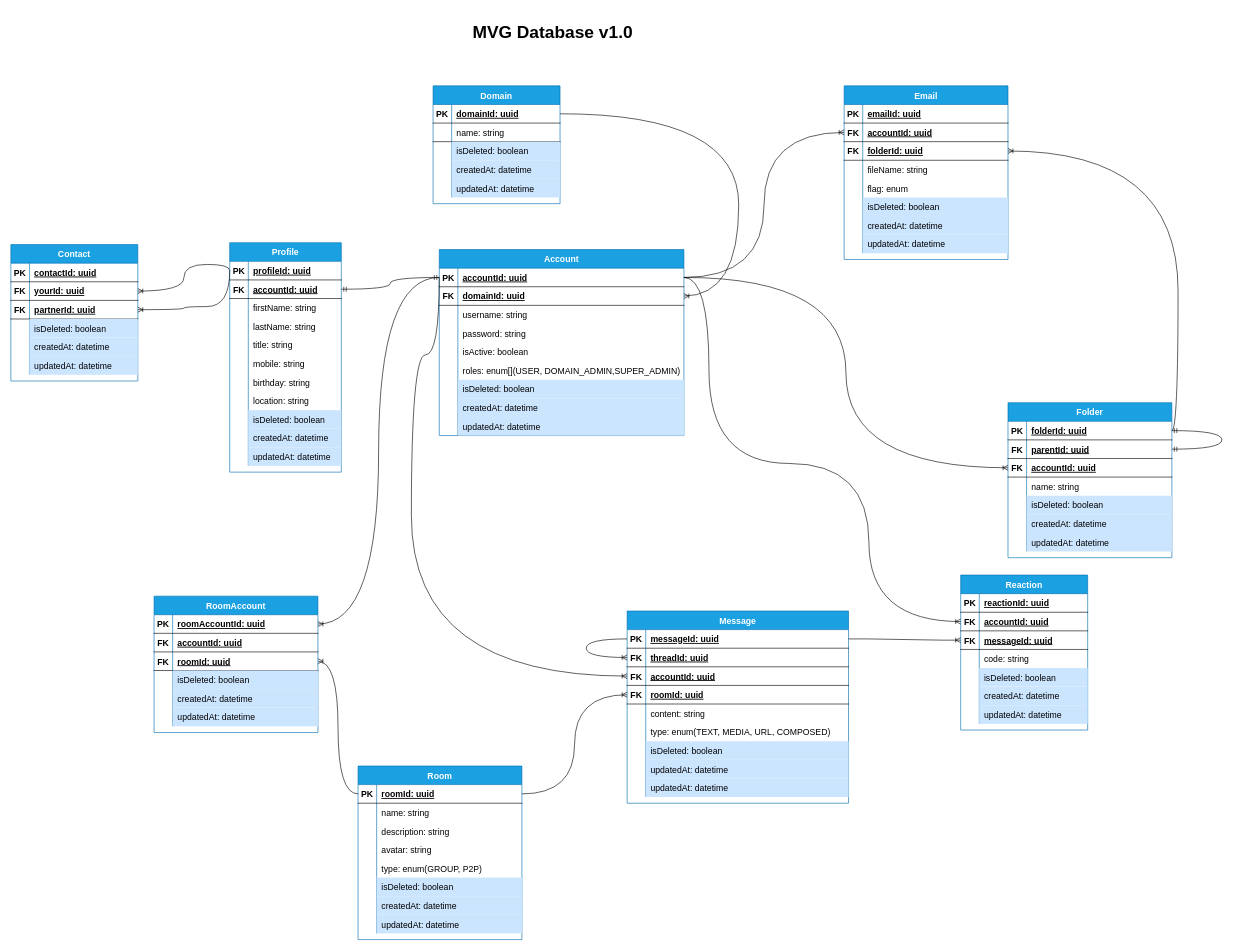
The draw.io diagram document/mvg_database.drawio in chautruonglong/mvg-sky, before the edit. Source tidied: cells renumbered, new cells numbered last; positions are measured from the earlier drawing's top-left corner, leaving out a move shared by most shapes. Both pictures are drawn from the tidied source at 62%, with x=0, y=0 at pixel (11, 17).
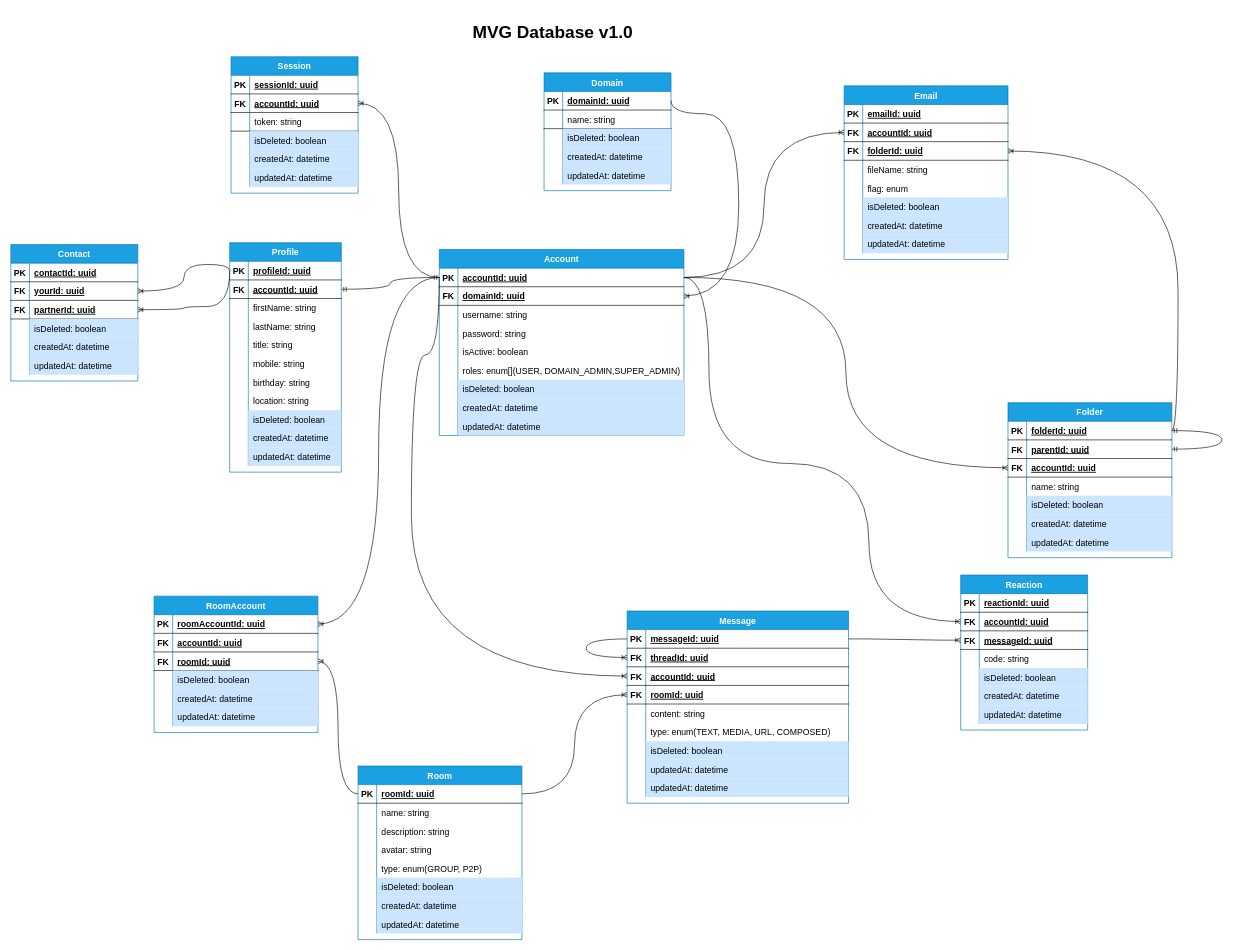
The same page after the edit.

Unchanged cells that the change refers to:
```xml
<mxCell id="3" style="shape=partialRectangle;fillColor=none;top=0;left=0;bottom=1;right=0;points=[[0,0.5],[1,0.5]];portConstraint=eastwest;fontSize=14;" parent="2" vertex="1">
  <mxGeometry y="30" width="394.6" height="30" as="geometry" />
</mxCell>
```

Diff of the diagram source:
```diff
@@
     <mxCell id="239" value="Domain" style="shape=table;startSize=30;childLayout=tableLayout;rowLines=0;fontStyle=1;align=center;fontSize=14;fillColor=#1ba1e2;strokeColor=#006EAF;fontColor=#ffffff;" parent="1" vertex="1">
-      <mxGeometry x="681" y="111" width="204.8" height="190" as="geometry" />
+      <mxGeometry x="860" y="90" width="204.8" height="190" as="geometry" />
     </mxCell>
@@
+    <mxCell id="256" value="Session" style="shape=table;startSize=30;childLayout=tableLayout;rowLines=0;fontStyle=1;align=center;fontSize=14;fillColor=#1ba1e2;strokeColor=#006EAF;fontColor=#ffffff;" parent="1" vertex="1">
+      <mxGeometry x="355.2" y="64" width="204.8" height="220" as="geometry" />
+    </mxCell>
+    <mxCell id="257" style="shape=partialRectangle;fillColor=none;top=0;left=0;bottom=1;right=0;fontSize=14;" parent="256" vertex="1">
+      <mxGeometry y="30" width="204.8" height="30" as="geometry" />
+    </mxCell>
+    <mxCell id="258" value="PK" style="shape=partialRectangle;fillColor=none;top=0;left=0;bottom=0;right=0;fontStyle=1;overflow=hidden;fontSize=14;" parent="257" vertex="1">
+      <mxGeometry width="30" height="30" as="geometry" />
+    </mxCell>
+    <mxCell id="259" value="sessionId: uuid" style="shape=partialRectangle;fillColor=none;top=0;left=0;bottom=0;right=0;align=left;spacingLeft=6;fontStyle=5;overflow=hidden;fontSize=14;" parent="257" vertex="1">
+      <mxGeometry x="30" width="174.8" height="30" as="geometry" />
+    </mxCell>
+    <mxCell id="260" style="shape=partialRectangle;fillColor=none;top=0;left=0;bottom=1;right=0;points=[[0,0.5],[1,0.5]];portConstraint=eastwest;fontSize=14;" parent="256" vertex="1">
+      <mxGeometry y="60" width="204.8" height="30" as="geometry" />
+    </mxCell>
+    <mxCell id="261" value="FK" style="shape=partialRectangle;fillColor=none;top=0;left=0;bottom=0;right=0;fontStyle=1;overflow=hidden;fontSize=14;" parent="260" vertex="1">
+      <mxGeometry width="30" height="30" as="geometry" />
+    </mxCell>
+    <mxCell id="262" value="accountId: uuid" style="shape=partialRectangle;fillColor=none;top=0;left=0;bottom=0;right=0;align=left;spacingLeft=6;fontStyle=5;overflow=hidden;fontSize=14;" parent="260" vertex="1">
+      <mxGeometry x="30" width="174.8" height="30" as="geometry" />
+    </mxCell>
+    <mxCell id="263" style="shape=partialRectangle;fillColor=none;top=0;left=0;bottom=1;right=0;fontSize=14;" parent="256" vertex="1">
+      <mxGeometry y="90" width="204.8" height="30" as="geometry" />
+    </mxCell>
+    <mxCell id="264" style="shape=partialRectangle;fillColor=none;top=0;left=0;bottom=0;right=0;fontStyle=1;overflow=hidden;fontSize=14;" parent="263" vertex="1">
+      <mxGeometry width="30" height="30" as="geometry" />
+    </mxCell>
+    <mxCell id="265" value="token: string" style="shape=partialRectangle;fillColor=none;top=0;left=0;bottom=0;right=0;align=left;spacingLeft=6;fontStyle=0;overflow=hidden;fontSize=14;" parent="263" vertex="1">
+      <mxGeometry x="30" width="174.8" height="30" as="geometry" />
+    </mxCell>
+    <mxCell id="266" style="shape=partialRectangle;fillColor=none;top=0;left=0;bottom=0;right=0;fontSize=14;" parent="256" vertex="1">
+      <mxGeometry y="120" width="204.8" height="30" as="geometry" />
+    </mxCell>
+    <mxCell id="267" style="shape=partialRectangle;fillColor=none;top=0;left=0;bottom=0;right=0;overflow=hidden;fontSize=14;" parent="266" vertex="1">
+      <mxGeometry width="30" height="30" as="geometry" />
+    </mxCell>
+    <mxCell id="268" value="isDeleted: boolean" style="shape=partialRectangle;fillColor=#cce5ff;top=0;left=0;bottom=0;right=0;align=left;spacingLeft=6;overflow=hidden;fontSize=14;strokeColor=#36393d;" parent="266" vertex="1">
+      <mxGeometry x="30" width="174.8" height="30" as="geometry" />
+    </mxCell>
+    <mxCell id="269" style="shape=partialRectangle;fillColor=none;top=0;left=0;bottom=0;right=0;fontSize=14;" parent="256" vertex="1">
+      <mxGeometry y="150" width="204.8" height="30" as="geometry" />
+    </mxCell>
+    <mxCell id="270" style="shape=partialRectangle;fillColor=none;top=0;left=0;bottom=0;right=0;overflow=hidden;fontSize=14;" parent="269" vertex="1">
+      <mxGeometry width="30" height="30" as="geometry" />
+    </mxCell>
+    <mxCell id="271" value="createdAt: datetime" style="shape=partialRectangle;fillColor=#cce5ff;top=0;left=0;bottom=0;right=0;align=left;spacingLeft=6;overflow=hidden;fontSize=14;strokeColor=#36393d;" parent="269" vertex="1">
+      <mxGeometry x="30" width="174.8" height="30" as="geometry" />
+    </mxCell>
+    <mxCell id="272" style="shape=partialRectangle;fillColor=none;top=0;left=0;bottom=0;right=0;fontSize=14;" parent="256" vertex="1">
+      <mxGeometry y="180" width="204.8" height="30" as="geometry" />
+    </mxCell>
+    <mxCell id="273" style="shape=partialRectangle;fillColor=none;top=0;left=0;bottom=0;right=0;overflow=hidden;fontSize=14;" parent="272" vertex="1">
+      <mxGeometry width="30" height="30" as="geometry" />
+    </mxCell>
+    <mxCell id="274" value="updatedAt: datetime" style="shape=partialRectangle;fillColor=#cce5ff;top=0;left=0;bottom=0;right=0;align=left;spacingLeft=6;overflow=hidden;fontSize=14;strokeColor=#36393d;" parent="272" vertex="1">
+      <mxGeometry x="30" width="174.8" height="30" as="geometry" />
+    </mxCell>
+    <mxCell id="275" style="fontSize=12;html=1;endArrow=ERoneToMany;rounded=0;entryX=1;entryY=0.5;entryDx=0;entryDy=0;exitX=0;exitY=0.5;exitDx=0;exitDy=0;edgeStyle=orthogonalEdgeStyle;curved=1;" parent="1" edge="1" source="3" target="260">
+      <mxGeometry relative="1" as="geometry" />
+    </mxCell>
```
